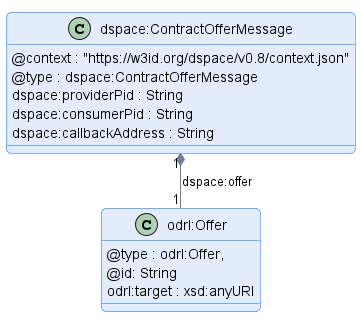
This is negotiation/message/diagram/contract-offer-message.png from International-Data-Spaces-Association/ids-specification, a PlantUML export, as it was before one commit. Source of this version:
```plantuml
@startuml "contract-offer-message"
!pragma layout smetana

!include ../../../common/style/diagram.styles.puml

hide empty description


class "dspace:ContractOfferMessage" {
    @context : "https://w3id.org/dspace/v0.8/context.json"
    @type : dspace:ContractOfferMessage
    dspace:providerPid : String
    dspace:consumerPid : String
    dspace:callbackAddress : String
}

class odrl:Offer {
    @type : odrl:Offer,
    @id: String
    odrl:target : xsd:anyURI
}

"dspace:ContractOfferMessage" "1" *-- "1" "odrl:Offer" : "dspace:offer"

@enduml
```
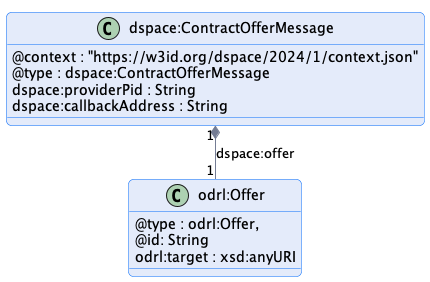
The same diagram one commit later.

What changed in the source:
```diff
@@ -7,10 +7,9 @@
 
 
 class "dspace:ContractOfferMessage" {
-    @context : "https://w3id.org/dspace/v0.8/context.json"
+    @context : "https://w3id.org/dspace/2024/1/context.json"
     @type : dspace:ContractOfferMessage
     dspace:providerPid : String
-    dspace:consumerPid : String
     dspace:callbackAddress : String
 }
 
```
